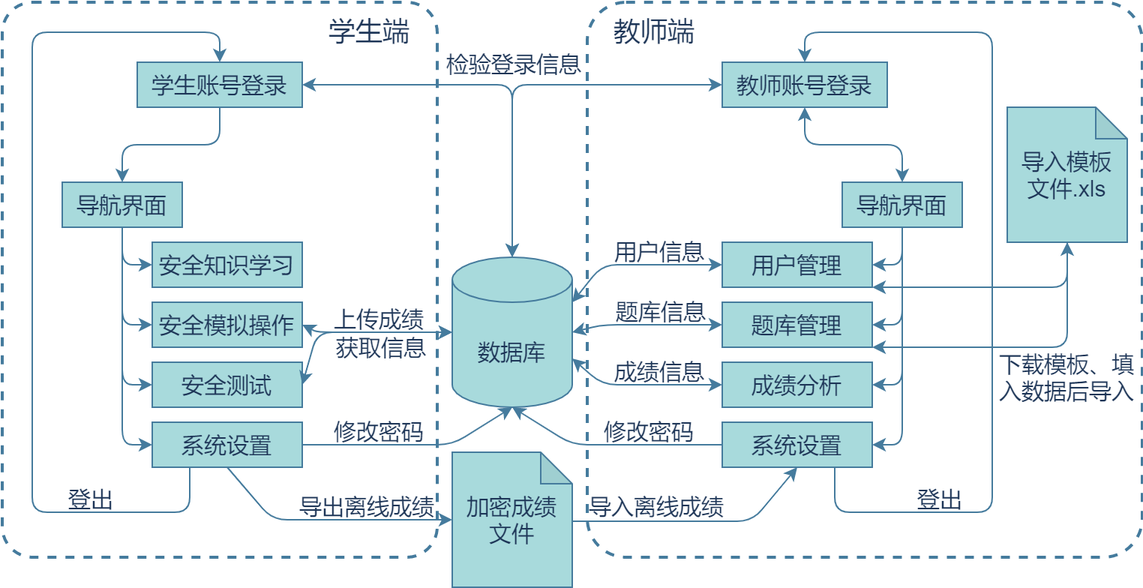
Above: doc/serviceStructure.png in Desmond121/CEESS (draw.io), before the change. Source tidied: cells renumbered, new cells last; positions are measured from the earlier drawing's top-left corner, leaving out a move shared by most shapes.
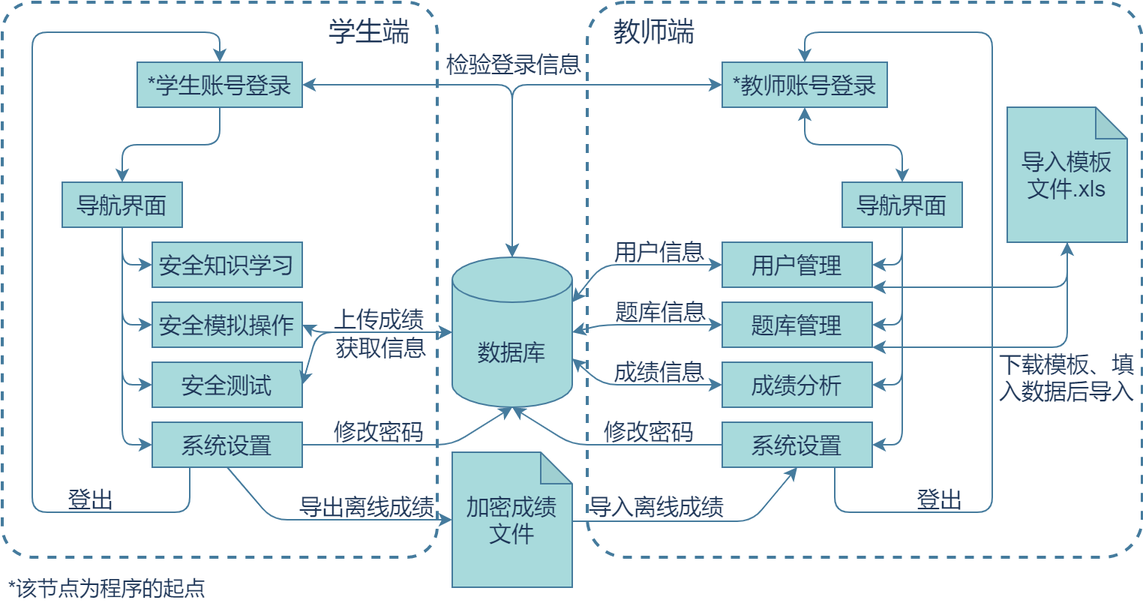
The same diagram one commit later.

The edit, as a diff of the source:
```diff
@@ -2,7 +2,7 @@
   <root>
     <mxCell id="0" />
     <mxCell id="1" parent="0" />
-    <mxCell id="2" style="rounded=1;whiteSpace=wrap;html=1;sketch=0;arcSize=7;strokeColor=#457B9D;dashed=1;strokeWidth=2;labelBackgroundColor=none;noLabel=1;fontColor=none;fillColor=none;" parent="1" vertex="1">
+    <mxCell id="2" style="rounded=1;whiteSpace=wrap;html=1;sketch=0;arcSize=7;strokeColor=#457B9D;dashed=1;strokeWidth=2;labelBackgroundColor=none;noLabel=1;fontColor=#1D3557;fillColor=none;" parent="1" vertex="1">
       <mxGeometry x="390" width="370" height="370" as="geometry" />
     </mxCell>
     <mxCell id="3" style="rounded=1;whiteSpace=wrap;html=1;sketch=0;fontColor=#1D3557;arcSize=7;fillColor=none;strokeColor=#457B9D;dashed=1;strokeWidth=2;" parent="1" vertex="1">
@@ -14,7 +14,7 @@
     <mxCell id="5" style="edgeStyle=orthogonalEdgeStyle;curved=0;rounded=1;sketch=0;jettySize=auto;html=1;exitX=0.5;exitY=1;exitDx=0;exitDy=0;entryX=0.5;entryY=0;entryDx=0;entryDy=0;strokeColor=#457B9D;fillColor=#A8DADC;fontColor=#1D3557;labelBackgroundColor=#F1FAEE;" parent="1" edge="1" source="6" target="49">
       <mxGeometry relative="1" as="geometry" />
     </mxCell>
-    <mxCell id="6" value="学生账号登录" style="rounded=0;whiteSpace=wrap;html=1;sketch=0;strokeColor=#457B9D;fillColor=#A8DADC;fontColor=#1D3557;fontSize=15;" parent="1" vertex="1">
+    <mxCell id="6" value="*学生账号登录" style="rounded=0;whiteSpace=wrap;html=1;sketch=0;strokeColor=#457B9D;fillColor=#A8DADC;fontColor=#1D3557;fontSize=15;" parent="1" vertex="1">
       <mxGeometry x="90" y="40" width="110" height="30" as="geometry" />
     </mxCell>
     <mxCell id="7" style="endArrow=classic;startArrow=classic;html=1;strokeColor=#457B9D;fillColor=#A8DADC;fontColor=#1D3557;entryX=0.5;entryY=0;entryDx=0;entryDy=0;entryPerimeter=0;exitX=1;exitY=0.5;exitDx=0;exitDy=0;fontSize=15;labelBackgroundColor=#F1FAEE;" parent="1" edge="1" source="6" target="4">
@@ -72,14 +72,14 @@
         </Array>
       </mxGeometry>
     </mxCell>
-    <mxCell id="17" style="endArrow=classic;html=1;strokeColor=#457B9D;fillColor=#A8DADC;fontSize=15;fontColor=#1D3557;exitX=1;exitY=0.5;exitDx=0;exitDy=0;entryX=0;entryY=0.5;entryDx=0;entryDy=0;entryPerimeter=0;labelBackgroundColor=#F1FAEE;startArrow=classic;startFill=1;" parent="1" edge="1" source="10" target="4">
+    <mxCell id="17" style="endArrow=classic;html=1;strokeColor=#457B9D;fillColor=#A8DADC;fontSize=15;fontColor=#1D3557;exitX=1;exitY=0.5;exitDx=0;exitDy=0;entryX=0;entryY=0.5;entryDx=0;entryDy=0;entryPerimeter=0;startArrow=classic;startFill=1;labelBackgroundColor=#F1FAEE;" parent="1" edge="1" source="10" target="4">
       <mxGeometry relative="1" as="geometry">
         <Array as="points">
           <mxPoint x="210" y="220" />
         </Array>
       </mxGeometry>
     </mxCell>
-    <mxCell id="18" style="endArrow=classic;html=1;strokeColor=#457B9D;fillColor=#A8DADC;fontSize=15;fontColor=#1D3557;entryX=0;entryY=0.5;entryDx=0;entryDy=0;entryPerimeter=0;exitX=1;exitY=0.5;exitDx=0;exitDy=0;labelBackgroundColor=#F1FAEE;startArrow=classic;startFill=1;" parent="1" edge="1" source="11" target="4">
+    <mxCell id="18" style="endArrow=classic;html=1;strokeColor=#457B9D;fillColor=#A8DADC;fontSize=15;fontColor=#1D3557;entryX=0;entryY=0.5;entryDx=0;entryDy=0;entryPerimeter=0;exitX=1;exitY=0.5;exitDx=0;exitDy=0;startArrow=classic;startFill=1;labelBackgroundColor=#F1FAEE;" parent="1" edge="1" source="11" target="4">
       <mxGeometry relative="1" as="geometry">
         <Array as="points">
           <mxPoint x="210" y="220" />
@@ -118,10 +118,10 @@
     <mxCell id="24" value="&lt;font style=&quot;font-size: 15px&quot;&gt;加密成绩&lt;br&gt;文件&lt;/font&gt;" style="shape=note;whiteSpace=wrap;html=1;backgroundOutline=1;darkOpacity=0.05;rounded=0;sketch=0;strokeColor=#457B9D;fillColor=#A8DADC;fontColor=#1D3557;size=21;" parent="1" vertex="1">
       <mxGeometry x="300" y="300" width="80" height="90" as="geometry" />
     </mxCell>
-    <mxCell id="25" style="edgeStyle=orthogonalEdgeStyle;curved=0;rounded=1;sketch=0;jettySize=auto;html=1;exitX=0.5;exitY=1;exitDx=0;exitDy=0;entryX=0.5;entryY=0;entryDx=0;entryDy=0;startArrow=classic;startFill=1;strokeColor=#457B9D;fillColor=#A8DADC;fontColor=none;" parent="1" edge="1" source="26" target="50">
+    <mxCell id="25" style="edgeStyle=orthogonalEdgeStyle;curved=0;rounded=1;sketch=0;jettySize=auto;html=1;exitX=0.5;exitY=1;exitDx=0;exitDy=0;entryX=0.5;entryY=0;entryDx=0;entryDy=0;startArrow=classic;startFill=1;strokeColor=#457B9D;fillColor=#A8DADC;fontColor=#1D3557;labelBackgroundColor=#F1FAEE;" parent="1" edge="1" source="26" target="50">
       <mxGeometry relative="1" as="geometry" />
     </mxCell>
-    <mxCell id="26" value="教师账号登录" style="rounded=0;whiteSpace=wrap;html=1;sketch=0;strokeColor=#457B9D;fillColor=#A8DADC;fontColor=#1D3557;fontSize=15;" parent="1" vertex="1">
+    <mxCell id="26" value="*教师账号登录" style="rounded=0;whiteSpace=wrap;html=1;sketch=0;strokeColor=#457B9D;fillColor=#A8DADC;fontColor=#1D3557;fontSize=15;" parent="1" vertex="1">
       <mxGeometry x="480" y="40" width="110" height="30" as="geometry" />
     </mxCell>
     <mxCell id="27" value="用户管理" style="rounded=0;whiteSpace=wrap;html=1;sketch=0;strokeColor=#457B9D;fillColor=#A8DADC;fontColor=#1D3557;fontSize=15;" parent="1" vertex="1">
@@ -291,7 +291,7 @@
         </Array>
       </mxGeometry>
     </mxCell>
-    <mxCell id="56" style="endArrow=classic;html=1;strokeColor=#457B9D;fillColor=#A8DADC;fontColor=#1D3557;labelBackgroundColor=#F1FAEE;startArrow=classic;startFill=1;" parent="1" edge="1">
+    <mxCell id="56" style="endArrow=classic;html=1;strokeColor=#457B9D;fillColor=#A8DADC;fontColor=#1D3557;startArrow=classic;startFill=1;labelBackgroundColor=#F1FAEE;" parent="1" edge="1">
       <mxGeometry relative="1" as="geometry">
         <mxPoint x="710" y="160" as="sourcePoint" />
         <mxPoint x="580" y="230" as="targetPoint" />
@@ -306,5 +306,8 @@
     <mxCell id="58" value="&lt;font style=&quot;font-size: 15px&quot;&gt;获取信息&lt;/font&gt;" style="text;html=1;strokeColor=none;fillColor=none;align=center;verticalAlign=middle;whiteSpace=wrap;rounded=0;labelBackgroundColor=none;sketch=0;fontColor=#1D3557;" parent="1" vertex="1">
       <mxGeometry x="213" y="220" width="80" height="20" as="geometry" />
     </mxCell>
+    <mxCell id="59" value="&lt;font style=&quot;font-size: 14px&quot;&gt;*该节点为程序的起点&lt;/font&gt;" style="text;html=1;strokeColor=none;fillColor=none;align=center;verticalAlign=middle;whiteSpace=wrap;rounded=0;sketch=0;fontColor=#1D3557;" parent="1" vertex="1">
+      <mxGeometry y="380" width="140" height="20" as="geometry" />
+    </mxCell>
   </root>
 </mxGraphModel>
```
